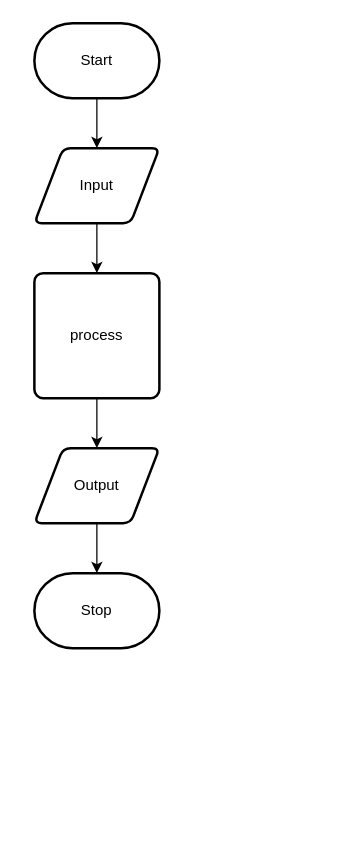
The draw.io diagram design/flow-chart.drawio in Timothy-Manwell/ICS2O-Unit5-01, before the edit. Source tidied: cells renumbered, new cells numbered last; positions are measured from the earlier drawing's top-left corner, leaving out a move shared by most shapes. Both pictures are drawn from the tidied source at 125%, with x=0, y=0 at pixel (34, 22).
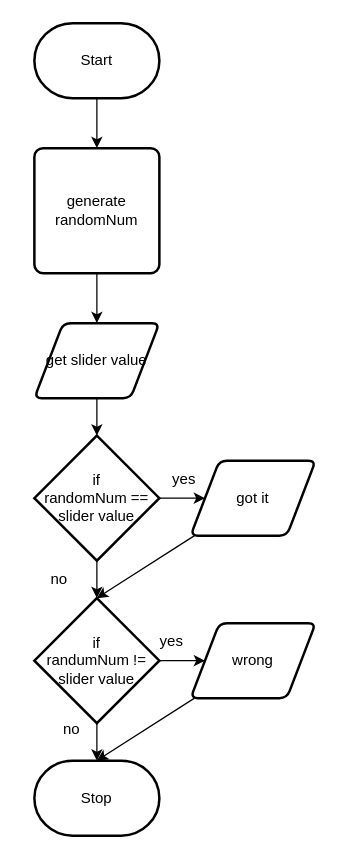
The same diagram, later.

Unchanged cells that the change refers to:
```xml
<mxCell id="3" value="Start" style="strokeWidth=2;html=1;shape=mxgraph.flowchart.terminator;whiteSpace=wrap;" parent="1" vertex="1">
  <mxGeometry width="100" height="60" as="geometry" />
</mxCell>
```

Change to the diagram source:
```diff
@@
-    <mxCell id="2" style="edgeStyle=none;html=1;" parent="1" edge="1" source="3" target="5">
-      <mxGeometry relative="1" as="geometry" />
-    </mxCell>
+    <mxCell id="11" style="edgeStyle=none;html=1;" parent="1" edge="1" source="3" target="16">
+      <mxGeometry relative="1" as="geometry" />
+    </mxCell>
@@
-    <mxCell id="4" style="edgeStyle=none;html=1;" parent="1" edge="1" source="5" target="7">
-      <mxGeometry relative="1" as="geometry" />
-    </mxCell>
-    <mxCell id="5" value="Input" style="shape=parallelogram;html=1;strokeWidth=2;perimeter=parallelogramPerimeter;whiteSpace=wrap;rounded=1;arcSize=12;size=0.23;" parent="1" vertex="1">
-      <mxGeometry y="100" width="100" height="60" as="geometry" />
-    </mxCell>
-    <mxCell id="6" style="edgeStyle=none;html=1;" parent="1" edge="1" source="7" target="9">
-      <mxGeometry relative="1" as="geometry" />
-    </mxCell>
-    <mxCell id="7" value="process" style="rounded=1;whiteSpace=wrap;html=1;absoluteArcSize=1;arcSize=14;strokeWidth=2;" parent="1" vertex="1">
-      <mxGeometry y="200" width="100" height="100" as="geometry" />
-    </mxCell>
-    <mxCell id="8" style="edgeStyle=none;html=1;" parent="1" edge="1" source="9" target="10">
-      <mxGeometry relative="1" as="geometry" />
-    </mxCell>
-    <mxCell id="9" value="Output" style="shape=parallelogram;html=1;strokeWidth=2;perimeter=parallelogramPerimeter;whiteSpace=wrap;rounded=1;arcSize=12;size=0.23;" parent="1" vertex="1">
-      <mxGeometry y="340" width="100" height="60" as="geometry" />
-    </mxCell>
     <mxCell id="10" value="Stop" style="strokeWidth=2;html=1;shape=mxgraph.flowchart.terminator;whiteSpace=wrap;" parent="1" vertex="1">
-      <mxGeometry y="440" width="100" height="60" as="geometry" />
+      <mxGeometry y="590" width="100" height="60" as="geometry" />
     </mxCell>
+    <mxCell id="12" style="edgeStyle=none;html=1;" parent="1" edge="1" source="14" target="20">
+      <mxGeometry relative="1" as="geometry" />
+    </mxCell>
+    <mxCell id="13" style="edgeStyle=none;html=1;entryX=0.5;entryY=0;entryDx=0;entryDy=0;entryPerimeter=0;" parent="1" edge="1" source="14" target="24">
+      <mxGeometry relative="1" as="geometry" />
+    </mxCell>
+    <mxCell id="14" value="if&lt;br&gt;randomNum == slider value" style="strokeWidth=2;html=1;shape=mxgraph.flowchart.decision;whiteSpace=wrap;" parent="1" vertex="1">
+      <mxGeometry y="330" width="100" height="100" as="geometry" />
+    </mxCell>
+    <mxCell id="15" style="edgeStyle=none;html=1;" parent="1" edge="1" source="16" target="18">
+      <mxGeometry relative="1" as="geometry" />
+    </mxCell>
+    <mxCell id="16" value="generate randomNum" style="rounded=1;whiteSpace=wrap;html=1;absoluteArcSize=1;arcSize=14;strokeWidth=2;" parent="1" vertex="1">
+      <mxGeometry y="100" width="100" height="100" as="geometry" />
+    </mxCell>
+    <mxCell id="17" style="edgeStyle=none;html=1;" parent="1" edge="1" source="18" target="14">
+      <mxGeometry relative="1" as="geometry" />
+    </mxCell>
+    <mxCell id="18" value="get slider value" style="shape=parallelogram;html=1;strokeWidth=2;perimeter=parallelogramPerimeter;whiteSpace=wrap;rounded=1;arcSize=12;size=0.23;" parent="1" vertex="1">
+      <mxGeometry y="240" width="100" height="60" as="geometry" />
+    </mxCell>
+    <mxCell id="19" style="edgeStyle=none;html=1;entryX=1;entryY=1;entryDx=0;entryDy=0;" parent="1" edge="1" source="20" target="25">
+      <mxGeometry relative="1" as="geometry" />
+    </mxCell>
+    <mxCell id="20" value="got it" style="shape=parallelogram;html=1;strokeWidth=2;perimeter=parallelogramPerimeter;whiteSpace=wrap;rounded=1;arcSize=12;size=0.23;" parent="1" vertex="1">
+      <mxGeometry x="125" y="350" width="100" height="60" as="geometry" />
+    </mxCell>
+    <mxCell id="21" value="yes" style="text;html=1;strokeColor=none;fillColor=none;align=center;verticalAlign=middle;whiteSpace=wrap;rounded=0;" parent="1" vertex="1">
+      <mxGeometry x="90" y="350" width="60" height="30" as="geometry" />
+    </mxCell>
+    <mxCell id="22" style="edgeStyle=none;html=1;entryX=0;entryY=0.5;entryDx=0;entryDy=0;" parent="1" edge="1" source="24" target="27">
+      <mxGeometry relative="1" as="geometry" />
+    </mxCell>
+    <mxCell id="23" style="edgeStyle=none;html=1;entryX=0.5;entryY=0;entryDx=0;entryDy=0;entryPerimeter=0;" parent="1" edge="1" source="24" target="10">
+      <mxGeometry relative="1" as="geometry" />
+    </mxCell>
+    <mxCell id="24" value="if&lt;br&gt;randumNum != slider value" style="strokeWidth=2;html=1;shape=mxgraph.flowchart.decision;whiteSpace=wrap;" parent="1" vertex="1">
+      <mxGeometry y="460" width="100" height="100" as="geometry" />
+    </mxCell>
+    <mxCell id="25" value="no" style="text;html=1;strokeColor=none;fillColor=none;align=center;verticalAlign=middle;whiteSpace=wrap;rounded=0;" parent="1" vertex="1">
+      <mxGeometry x="-10" y="430" width="60" height="30" as="geometry" />
+    </mxCell>
+    <mxCell id="26" style="edgeStyle=none;html=1;entryX=0.5;entryY=0;entryDx=0;entryDy=0;entryPerimeter=0;" parent="1" edge="1" source="27" target="10">
+      <mxGeometry relative="1" as="geometry" />
+    </mxCell>
+    <mxCell id="27" value="wrong" style="shape=parallelogram;html=1;strokeWidth=2;perimeter=parallelogramPerimeter;whiteSpace=wrap;rounded=1;arcSize=12;size=0.23;" parent="1" vertex="1">
+      <mxGeometry x="125" y="480" width="100" height="60" as="geometry" />
+    </mxCell>
+    <mxCell id="28" value="yes" style="text;html=1;strokeColor=none;fillColor=none;align=center;verticalAlign=middle;whiteSpace=wrap;rounded=0;" parent="1" vertex="1">
+      <mxGeometry x="80" y="480" width="60" height="30" as="geometry" />
+    </mxCell>
+    <mxCell id="29" value="no" style="text;html=1;strokeColor=none;fillColor=none;align=center;verticalAlign=middle;whiteSpace=wrap;rounded=0;" parent="1" vertex="1">
+      <mxGeometry y="550" width="60" height="30" as="geometry" />
+    </mxCell>
```
